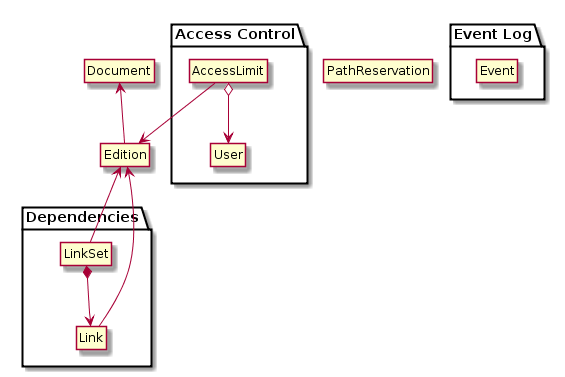
The PlantUML diagram doc/model/object-model.png in alphagov/publishing-api, before a commit.
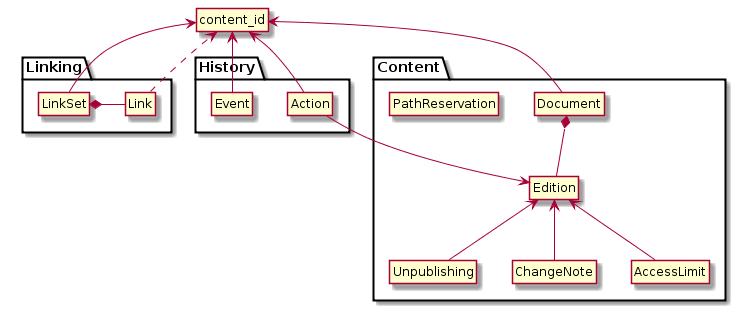
After the change.

Commit message:
Reapproach the model documentation

This aims to make this document a simpler read, reduce some of the
information that was duplicated, and cover concepts that weren't
documented.

It removes a number of things that are no longer relevant.

Diff of the diagram source:
```diff
@@ -3,30 +3,37 @@
 hide empty fields
 hide empty methods
 
-class Document
-class Edition
-class PathReservation
+class content_id
 
-package "Dependencies" {
+package "Linking" {
   class LinkSet
   class Link
 }
 
-package "Event Log" {
+package "History" {
   class Event
+  class Action
 }
 
-package "Access Control" {
+package "Content" {
+  class Document
+  class Edition
+  class Unpublishing
+  class ChangeNote
   class AccessLimit
-  class User
+  class PathReservation
 }
 
-Edition <-- LinkSet
-Edition <-up- Link
-LinkSet *--> Link
+Document -up-> content_id
+LinkSet -up-> content_id
+Event -up-> content_id
+Action -up-> content_id
+Document *-down- Edition
+LinkSet *-right- Link
+ChangeNote -up-> Edition
 
-Edition <-down- AccessLimit
-AccessLimit o--> User
-
-Document <-- Edition
+AccessLimit -up-> Edition
+Unpublishing -up-> Edition
+Action -> Edition
+Link .> content_id
 @enduml
```
